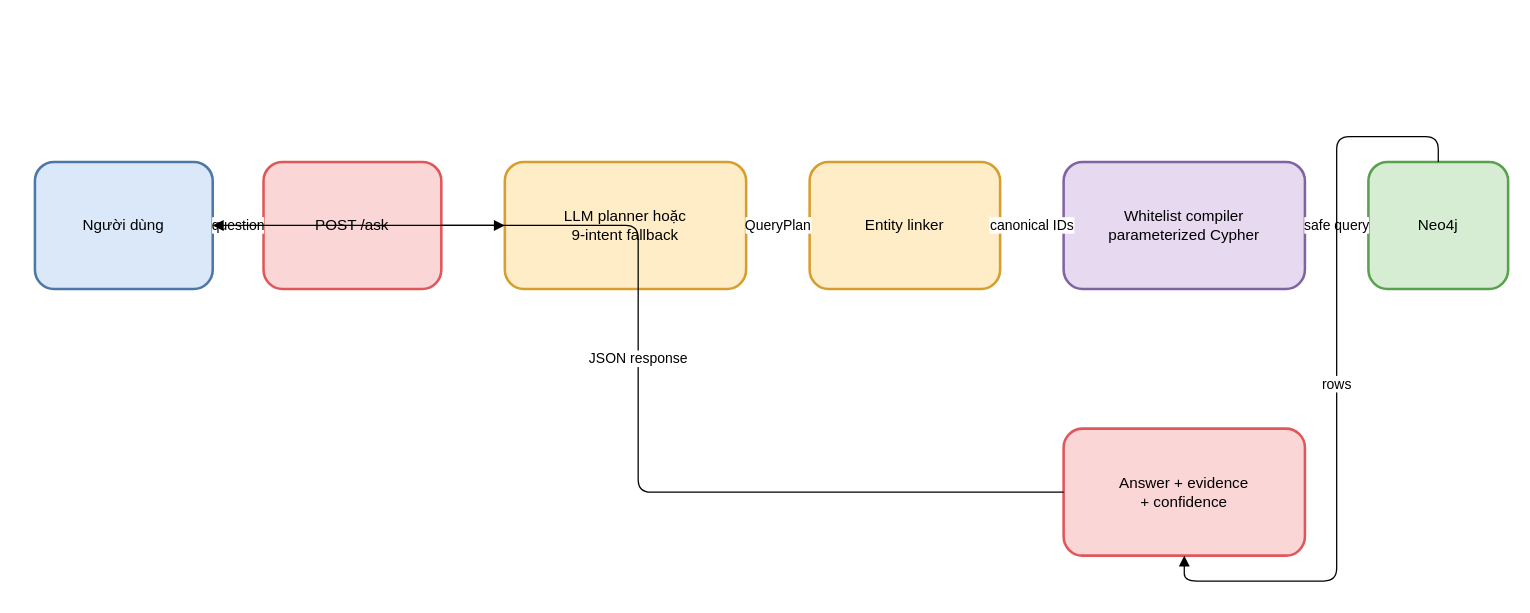
Earlier version of the draw.io diagram report_latex/images/sources/qa_sequence.drawio (khanhhk/advanced_database). Source tidied: cells renumbered, new cells numbered last; positions are measured from the earlier drawing's top-left corner, leaving out a move shared by most shapes. Both pictures are drawn from the tidied source at 127%, with x=0, y=0 at pixel (34, 161).
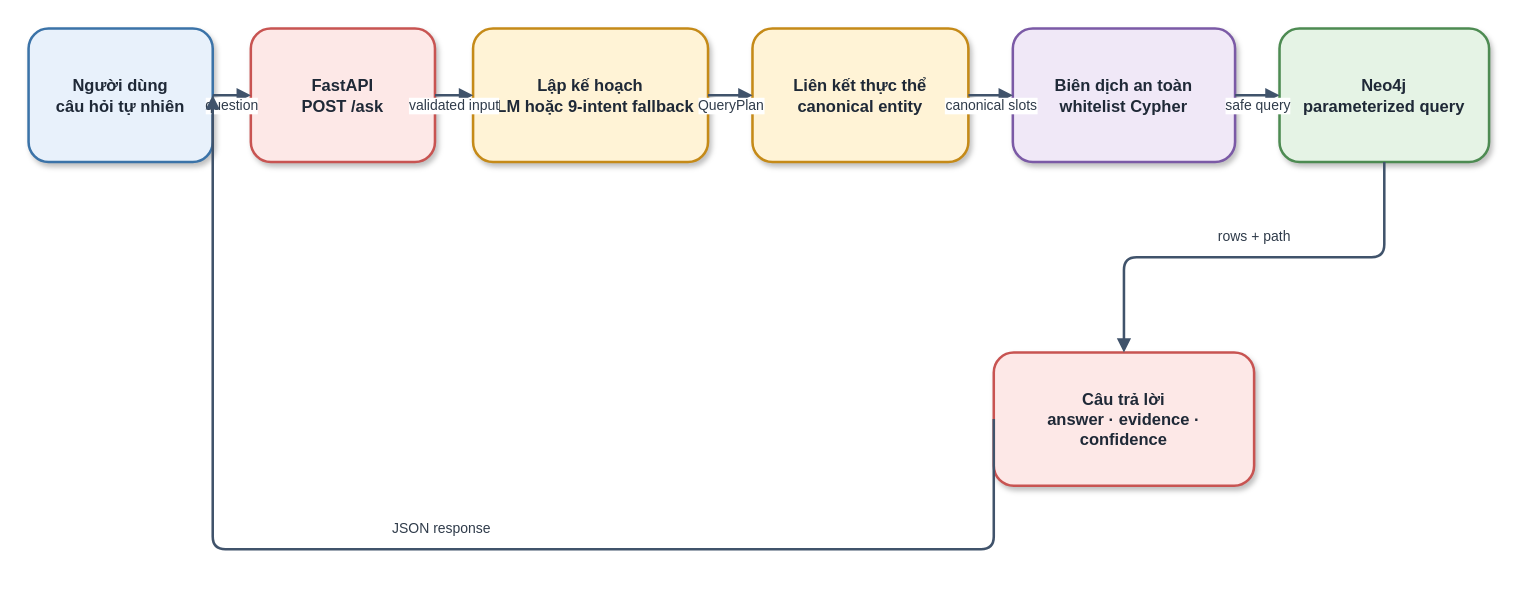
After the change.

Diff of the diagram source:
```diff
@@
 <mxGraphModel>
   <root>
     <mxCell id="0" />
     <mxCell id="1" parent="0" />
-    <mxCell id="2" value="Người dùng" style="rounded=1;whiteSpace=wrap;html=1;fillColor=#dbe8fa;strokeColor=#4c78a8;strokeWidth=2;" parent="1" vertex="1">
-      <mxGeometry width="140" height="100" as="geometry" />
+    <mxCell id="2" value="Người dùng&#10;câu hỏi tự nhiên" style="rounded=1;whiteSpace=wrap;html=1;fillColor=#E8F1FB;strokeColor=#3B73A8;strokeWidth=2;fontSize=13;fontColor=#1F2937;fontStyle=1;spacing=8;shadow=1;" parent="1" vertex="1">
+      <mxGeometry x="-5" y="-105" width="145" height="105" as="geometry" />
     </mxCell>
-    <mxCell id="3" value="POST /ask" style="rounded=1;whiteSpace=wrap;html=1;fillColor=#fad6d6;strokeColor=#e15759;strokeWidth=2;" parent="1" vertex="1">
-      <mxGeometry x="180" width="140" height="100" as="geometry" />
+    <mxCell id="3" value="FastAPI&#10;POST /ask" style="rounded=1;whiteSpace=wrap;html=1;fillColor=#FDE8E7;strokeColor=#C85452;strokeWidth=2;fontSize=13;fontColor=#1F2937;fontStyle=1;spacing=8;shadow=1;" parent="1" vertex="1">
+      <mxGeometry x="170" y="-105" width="145" height="105" as="geometry" />
     </mxCell>
-    <mxCell id="4" value="LLM planner hoặc&#10;9-intent fallback" style="rounded=1;whiteSpace=wrap;html=1;fillColor=#ffedc7;strokeColor=#d69e2e;strokeWidth=2;" parent="1" vertex="1">
-      <mxGeometry x="370" width="190" height="100" as="geometry" />
+    <mxCell id="4" value="Lập kế hoạch&#10;LLM hoặc 9-intent fallback" style="rounded=1;whiteSpace=wrap;html=1;fillColor=#FFF3D6;strokeColor=#C58A18;strokeWidth=2;fontSize=13;fontColor=#1F2937;fontStyle=1;spacing=8;shadow=1;" parent="1" vertex="1">
+      <mxGeometry x="345" y="-105" width="185" height="105" as="geometry" />
     </mxCell>
-    <mxCell id="5" value="Entity linker" style="rounded=1;whiteSpace=wrap;html=1;fillColor=#ffedc7;strokeColor=#d69e2e;strokeWidth=2;" parent="1" vertex="1">
-      <mxGeometry x="610" width="150" height="100" as="geometry" />
+    <mxCell id="5" value="Liên kết thực thể&#10;canonical entity" style="rounded=1;whiteSpace=wrap;html=1;fillColor=#FFF3D6;strokeColor=#C58A18;strokeWidth=2;fontSize=13;fontColor=#1F2937;fontStyle=1;spacing=8;shadow=1;" parent="1" vertex="1">
+      <mxGeometry x="565" y="-105" width="170" height="105" as="geometry" />
     </mxCell>
-    <mxCell id="6" value="Whitelist compiler&#10;parameterized Cypher" style="rounded=1;whiteSpace=wrap;html=1;fillColor=#e6d9f0;strokeColor=#8064a2;strokeWidth=2;" parent="1" vertex="1">
-      <mxGeometry x="810" width="190" height="100" as="geometry" />
+    <mxCell id="6" value="Biên dịch an toàn&#10;whitelist Cypher" style="rounded=1;whiteSpace=wrap;html=1;fillColor=#F0E8F7;strokeColor=#7B5AA6;strokeWidth=2;fontSize=13;fontColor=#1F2937;fontStyle=1;spacing=8;shadow=1;" parent="1" vertex="1">
+      <mxGeometry x="770" y="-105" width="175" height="105" as="geometry" />
     </mxCell>
-    <mxCell id="7" value="Neo4j" style="rounded=1;whiteSpace=wrap;html=1;fillColor=#d6edd4;strokeColor=#59a14f;strokeWidth=2;" parent="1" vertex="1">
-      <mxGeometry x="1050" width="110" height="100" as="geometry" />
+    <mxCell id="7" value="Neo4j&#10;parameterized query" style="rounded=1;whiteSpace=wrap;html=1;fillColor=#E5F3E5;strokeColor=#4D8B52;strokeWidth=2;fontSize=13;fontColor=#1F2937;fontStyle=1;spacing=8;shadow=1;" parent="1" vertex="1">
+      <mxGeometry x="980" y="-105" width="165" height="105" as="geometry" />
     </mxCell>
-    <mxCell id="8" value="Answer + evidence&#10;+ confidence" style="rounded=1;whiteSpace=wrap;html=1;fillColor=#fad6d6;strokeColor=#e15759;strokeWidth=2;" parent="1" vertex="1">
-      <mxGeometry x="810" y="210" width="190" height="100" as="geometry" />
+    <mxCell id="8" value="Câu trả lời&#10;answer · evidence · confidence" style="rounded=1;whiteSpace=wrap;html=1;fillColor=#FDE8E7;strokeColor=#C85452;strokeWidth=2;fontSize=13;fontColor=#1F2937;fontStyle=1;spacing=8;shadow=1;" parent="1" vertex="1">
+      <mxGeometry x="755" y="150" width="205" height="105" as="geometry" />
     </mxCell>
-    <mxCell id="9" value="question" style="edgeStyle=orthogonalEdgeStyle;rounded=1;jettySize=auto;html=1;endArrow=block;exitX=1;exitY=0.5;exitDx=0;exitDy=0;entryX=0;entryY=0.5;entryDx=0;entryDy=0;" parent="1" edge="1" source="2" target="3">
-      <mxGeometry relative="1" as="geometry" />
+    <mxCell id="9" value="question" style="edgeStyle=orthogonalEdgeStyle;rounded=1;jettySize=auto;html=1;endArrow=block;endFill=1;strokeColor=#40536B;strokeWidth=2;fontSize=11;fontColor=#2F3B4A;labelBackgroundColor=#FFFFFF;spacingBottom=8;exitX=1;exitY=0.5;exitDx=0;exitDy=0;entryX=0;entryY=0.5;entryDx=0;entryDy=0;" parent="1" edge="1" source="2" target="3">
+      <mxGeometry y="-12" relative="1" as="geometry" />
     </mxCell>
-    <mxCell id="10" style="edgeStyle=orthogonalEdgeStyle;rounded=1;jettySize=auto;html=1;endArrow=block;exitX=1;exitY=0.5;exitDx=0;exitDy=0;entryX=0;entryY=0.5;entryDx=0;entryDy=0;" parent="1" edge="1" source="3" target="4">
-      <mxGeometry relative="1" as="geometry" />
+    <mxCell id="10" value="validated input" style="edgeStyle=orthogonalEdgeStyle;rounded=1;jettySize=auto;html=1;endArrow=block;endFill=1;strokeColor=#40536B;strokeWidth=2;fontSize=11;fontColor=#2F3B4A;labelBackgroundColor=#FFFFFF;spacingBottom=8;exitX=1;exitY=0.5;exitDx=0;exitDy=0;entryX=0;entryY=0.5;entryDx=0;entryDy=0;" parent="1" edge="1" source="3" target="4">
+      <mxGeometry y="-12" relative="1" as="geometry" />
     </mxCell>
-    <mxCell id="11" value="QueryPlan" style="edgeStyle=orthogonalEdgeStyle;rounded=1;jettySize=auto;html=1;endArrow=block;exitX=1;exitY=0.5;exitDx=0;exitDy=0;entryX=0;entryY=0.5;entryDx=0;entryDy=0;" parent="1" edge="1" source="4" target="5">
-      <mxGeometry relative="1" as="geometry" />
+    <mxCell id="11" value="QueryPlan" style="edgeStyle=orthogonalEdgeStyle;rounded=1;jettySize=auto;html=1;endArrow=block;endFill=1;strokeColor=#40536B;strokeWidth=2;fontSize=11;fontColor=#2F3B4A;labelBackgroundColor=#FFFFFF;spacingBottom=8;exitX=1;exitY=0.5;exitDx=0;exitDy=0;entryX=0;entryY=0.5;entryDx=0;entryDy=0;" parent="1" edge="1" source="4" target="5">
+      <mxGeometry y="-12" relative="1" as="geometry" />
     </mxCell>
-    <mxCell id="12" value="canonical IDs" style="edgeStyle=orthogonalEdgeStyle;rounded=1;jettySize=auto;html=1;endArrow=block;exitX=1;exitY=0.5;exitDx=0;exitDy=0;entryX=0;entryY=0.5;entryDx=0;entryDy=0;" parent="1" edge="1" source="5" target="6">
-      <mxGeometry relative="1" as="geometry" />
+    <mxCell id="12" value="canonical slots" style="edgeStyle=orthogonalEdgeStyle;rounded=1;jettySize=auto;html=1;endArrow=block;endFill=1;strokeColor=#40536B;strokeWidth=2;fontSize=11;fontColor=#2F3B4A;labelBackgroundColor=#FFFFFF;spacingBottom=8;exitX=1;exitY=0.5;exitDx=0;exitDy=0;entryX=0;entryY=0.5;entryDx=0;entryDy=0;" parent="1" edge="1" source="5" target="6">
+      <mxGeometry y="-12" relative="1" as="geometry" />
     </mxCell>
-    <mxCell id="13" value="safe query" style="edgeStyle=orthogonalEdgeStyle;rounded=1;jettySize=auto;html=1;endArrow=block;exitX=1;exitY=0.5;exitDx=0;exitDy=0;entryX=0;entryY=0.5;entryDx=0;entryDy=0;" parent="1" edge="1" source="6" target="7">
-      <mxGeometry relative="1" as="geometry" />
+    <mxCell id="13" value="safe query" style="edgeStyle=orthogonalEdgeStyle;rounded=1;jettySize=auto;html=1;endArrow=block;endFill=1;strokeColor=#40536B;strokeWidth=2;fontSize=11;fontColor=#2F3B4A;labelBackgroundColor=#FFFFFF;spacingBottom=8;exitX=1;exitY=0.5;exitDx=0;exitDy=0;entryX=0;entryY=0.5;entryDx=0;entryDy=0;" parent="1" edge="1" source="6" target="7">
+      <mxGeometry y="-12" relative="1" as="geometry" />
     </mxCell>
-    <mxCell id="14" value="rows" style="edgeStyle=orthogonalEdgeStyle;rounded=1;jettySize=auto;html=1;endArrow=block;exitX=0.5;exitY=0;exitDx=0;exitDy=0;entryX=0.5;entryY=1;entryDx=0;entryDy=0;" parent="1" edge="1" source="7" target="8">
-      <mxGeometry relative="1" as="geometry" />
+    <mxCell id="14" value="rows + path" style="edgeStyle=orthogonalEdgeStyle;rounded=1;jettySize=auto;html=1;endArrow=block;endFill=1;strokeColor=#40536B;strokeWidth=2;fontSize=11;fontColor=#2F3B4A;labelBackgroundColor=#FFFFFF;spacingBottom=8;exitX=0.5;exitY=1;exitDx=0;exitDy=0;entryX=0.5;entryY=0;entryDx=0;entryDy=0;" parent="1" edge="1" source="7" target="8">
+      <mxGeometry y="-12" relative="1" as="geometry">
+        <Array as="points">
+          <mxPoint x="1062" y="75" />
+          <mxPoint x="858" y="75" />
+        </Array>
+      </mxGeometry>
     </mxCell>
-    <mxCell id="15" value="JSON response" style="edgeStyle=orthogonalEdgeStyle;rounded=1;jettySize=auto;html=1;endArrow=block;exitX=0;exitY=0.5;exitDx=0;exitDy=0;entryX=1;entryY=0.5;entryDx=0;entryDy=0;" parent="1" edge="1" source="8" target="2">
-      <mxGeometry relative="1" as="geometry" />
+    <mxCell id="15" value="JSON response" style="edgeStyle=orthogonalEdgeStyle;rounded=1;jettySize=auto;html=1;endArrow=block;endFill=1;strokeColor=#40536B;strokeWidth=2;fontSize=11;fontColor=#2F3B4A;labelBackgroundColor=#FFFFFF;spacingBottom=8;exitX=0;exitY=0.5;exitDx=0;exitDy=0;entryX=1;entryY=0.5;entryDx=0;entryDy=0;" parent="1" edge="1" source="8" target="2">
+      <mxGeometry y="-12" relative="1" as="geometry">
+        <Array as="points">
+          <mxPoint x="650" y="305" />
+          <mxPoint x="65" y="305" />
+        </Array>
+      </mxGeometry>
     </mxCell>
   </root>
 </mxGraphModel>
```
